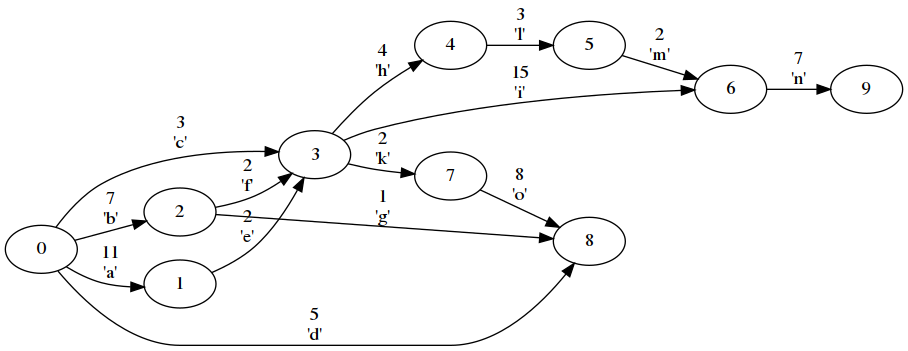
Before: G.png, a diagram exported from Graphviz (tiagoviniciuslopes/trabPAA2). Its source is kept beside it as G.dot.
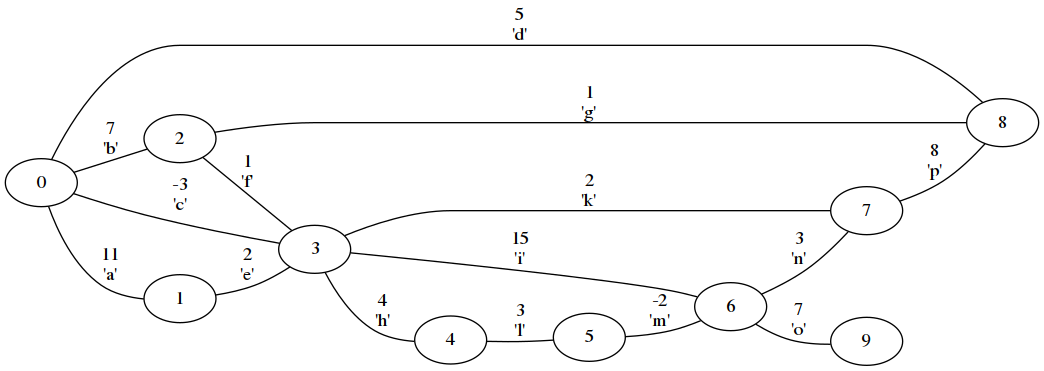
Above is the later version.

The edit, as a diff of the source:
```diff
@@ -1,31 +1,33 @@
-digraph G {
+graph G {
 rankdir=LR
-	0 -> 1 [label="11
+	0 -- 1 [label="11
 'a'"];
-	0 -> 2 [label="7
+	0 -- 2 [label="7
 'b'"];
-	0 -> 3 [label="3
+	0 -- 3 [label="-3
 'c'"];
-	0 -> 8 [label="5
+	0 -- 8 [label="5
 'd'"];
-	1 -> 3 [label="2
+	1 -- 3 [label="2
 'e'"];
-	2 -> 3 [label="2
+	2 -- 3 [label="1
 'f'"];
-	2 -> 8 [label="1
+	2 -- 8 [label="1
 'g'"];
-	3 -> 4 [label="4
+	3 -- 4 [label="4
 'h'"];
-	3 -> 6 [label="15
+	3 -- 6 [label="15
 'i'"];
-	3 -> 7 [label="2
+	3 -- 7 [label="2
 'k'"];
-	4 -> 5 [label="3
+	4 -- 5 [label="3
 'l'"];
-	5 -> 6 [label="2
+	5 -- 6 [label="-2
 'm'"];
-	6 -> 9 [label="7
+	6 -- 7 [label="3
 'n'"];
-	7 -> 8 [label="8
+	6 -- 9 [label="7
 'o'"];
+	7 -- 8 [label="8
+'p'"];
 }
```
